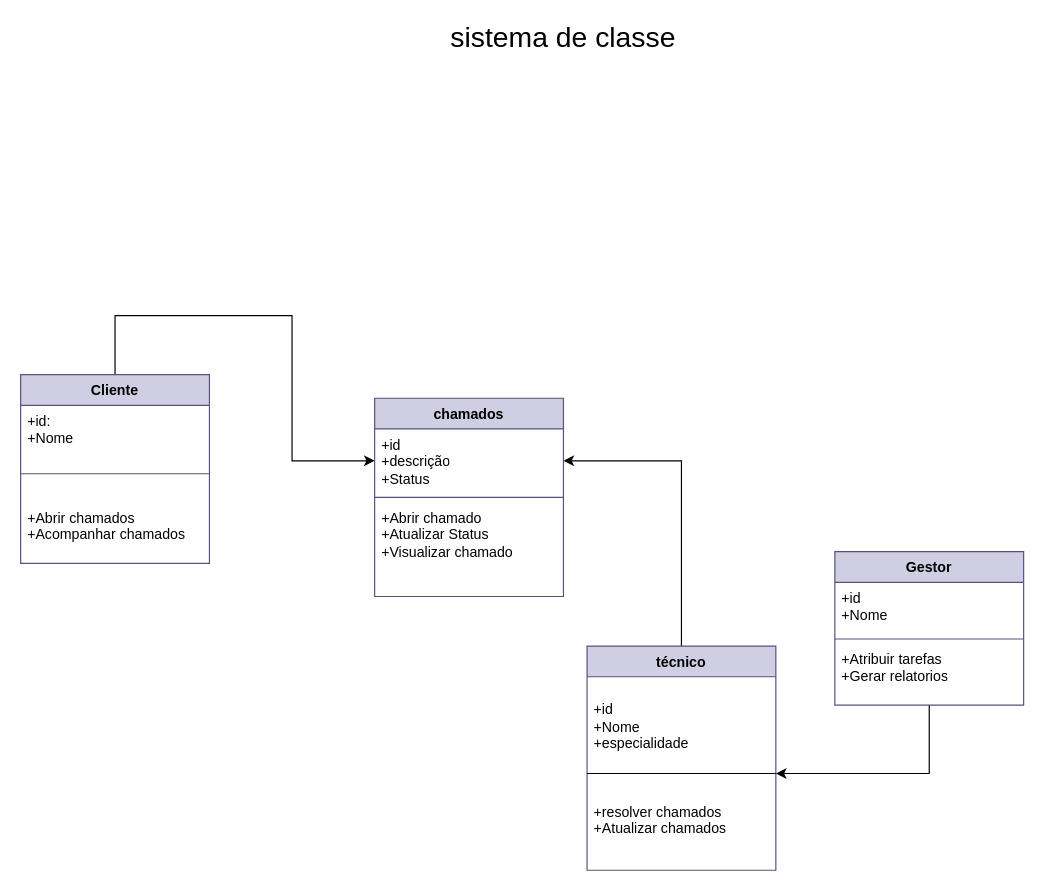
Above: page "Página-16" (16 of 17) of Diagrama sem nome.drawio in jkkauany/diagramaderequisitos (draw.io), before the change. Source tidied: cells renumbered, new cells numbered last; positions are measured from the earlier drawing's top-left corner, leaving out a move shared by most shapes. Both pictures are drawn from the tidied source at 118%, with x=0, y=0 at pixel (20, 20).
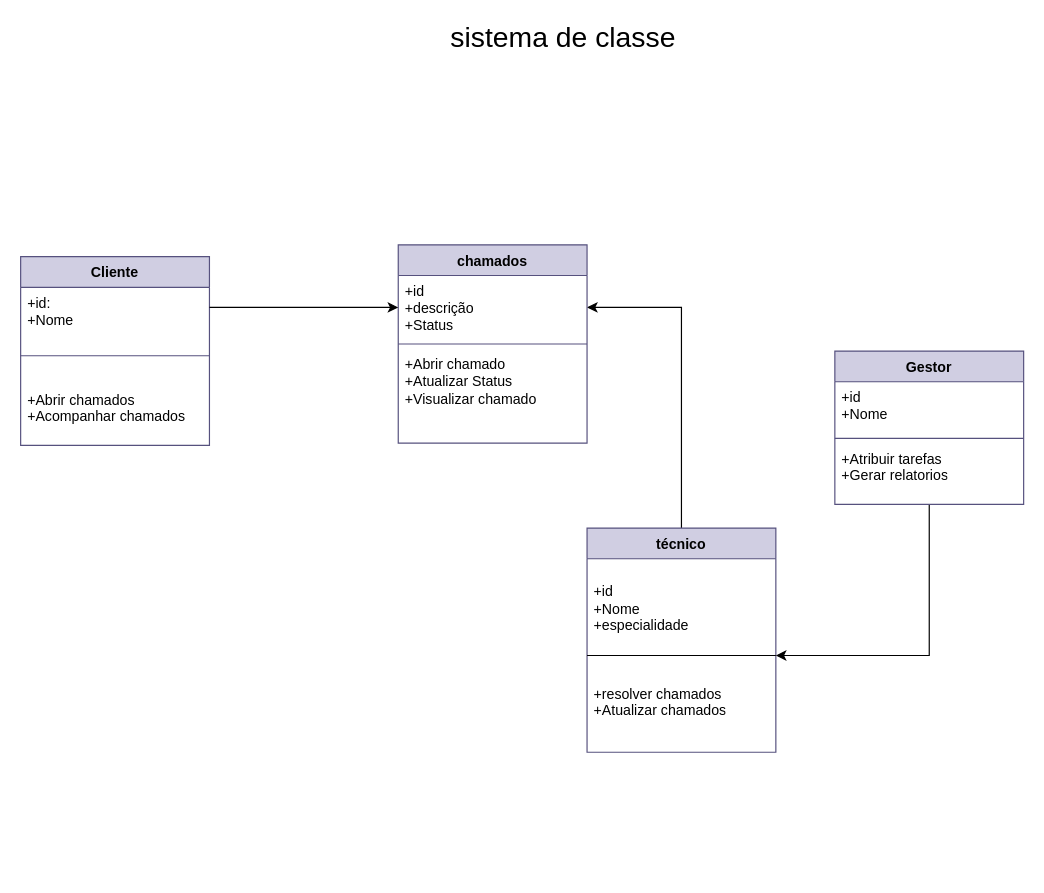
The same diagram, later.

The change refers to these unchanged cells:
```xml
<mxCell id="5" value="+id:&lt;div&gt;+Nome&lt;/div&gt;" style="text;strokeColor=none;fillColor=none;align=left;verticalAlign=top;spacingLeft=4;spacingRight=4;overflow=hidden;points=[[0,0.5],[1,0.5]];portConstraint=eastwest;whiteSpace=wrap;html=1;" parent="4" vertex="1">
  <mxGeometry y="26" width="160" height="34" as="geometry" />
</mxCell>
<mxCell id="13" value="+id&lt;div&gt;+descrição&lt;/div&gt;&lt;div&gt;+Status&lt;/div&gt;" style="text;strokeColor=none;fillColor=none;align=left;verticalAlign=top;spacingLeft=4;spacingRight=4;overflow=hidden;points=[[0,0.5],[1,0.5]];portConstraint=eastwest;whiteSpace=wrap;html=1;" parent="12" vertex="1">
  <mxGeometry y="26" width="160" height="54" as="geometry" />
</mxCell>
```

Change to the diagram source:
```diff
@@
-    <mxCell id="3" style="edgeStyle=orthogonalEdgeStyle;rounded=0;jettySize=auto;html=1;exitX=0.5;exitY=0;exitDx=0;exitDy=0;" parent="1" edge="1" source="4" target="13">
-      <mxGeometry relative="1" as="geometry">
-        <Array as="points">
-          <mxPoint x="80" y="250" />
-          <mxPoint x="230" y="250" />
-          <mxPoint x="230" y="373" />
-        </Array>
-      </mxGeometry>
-    </mxCell>
     <mxCell id="4" value="Cliente" style="swimlane;fontStyle=1;align=center;verticalAlign=top;horizontal=1;startSize=26;whiteSpace=wrap;html=1;fillColor=#d0cee2;strokeColor=#56517e;" parent="1" vertex="1">
-      <mxGeometry y="300" width="160" height="160" as="geometry" />
+      <mxGeometry y="200" width="160" height="160" as="geometry" />
     </mxCell>
@@
     <mxCell id="9" value="técnico" style="swimlane;fontStyle=1;align=center;verticalAlign=top;horizontal=1;startSize=26;whiteSpace=wrap;html=1;fillColor=#d0cee2;strokeColor=#56517e;" parent="1" vertex="1">
-      <mxGeometry x="480" y="530" width="160" height="190" as="geometry" />
+      <mxGeometry x="480" y="430" width="160" height="190" as="geometry" />
     </mxCell>
@@
     <mxCell id="12" value="chamados" style="swimlane;fontStyle=1;align=center;verticalAlign=top;horizontal=1;startSize=26;whiteSpace=wrap;html=1;fillColor=#d0cee2;strokeColor=#56517e;" parent="1" vertex="1">
-      <mxGeometry x="300" y="320" width="160" height="168" as="geometry" />
+      <mxGeometry x="320" y="190" width="160" height="168" as="geometry" />
     </mxCell>
@@
     <mxCell id="17" value="Gestor" style="swimlane;fontStyle=1;align=center;verticalAlign=top;horizontal=1;startSize=26;whiteSpace=wrap;html=1;fillColor=#d0cee2;strokeColor=#56517e;" parent="1" vertex="1">
-      <mxGeometry x="690" y="450" width="160" height="130" as="geometry" />
+      <mxGeometry x="690" y="280" width="160" height="130" as="geometry" />
     </mxCell>
@@
+    <mxCell id="21" style="endArrow=classic;html=1;rounded=0;exitX=1;exitY=0.5;exitDx=0;exitDy=0;entryX=0;entryY=0.5;entryDx=0;entryDy=0;" parent="1" edge="1" source="5" target="13">
+      <mxGeometry relative="1" as="geometry" />
+    </mxCell>
```
